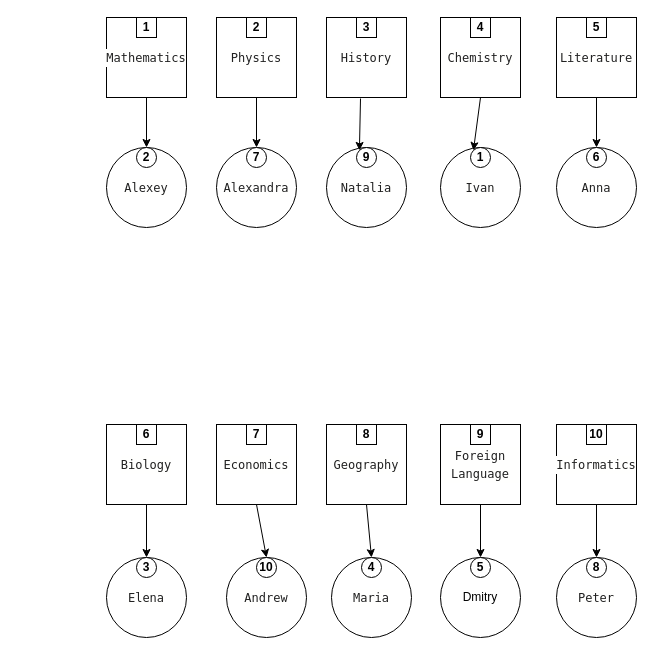
BondarevAD/graphDataBases keeps this draw.io diagram as page "Writes_off_homework" (8 of 10) of diagrams.drawio. Above is the earlier version. Source tidied: cells renumbered, new cells numbered last; positions are measured from the earlier drawing's top-left corner, leaving out a move shared by most shapes. Both pictures are drawn from the tidied source at 100%, with x=0, y=0 at pixel (106, 17).
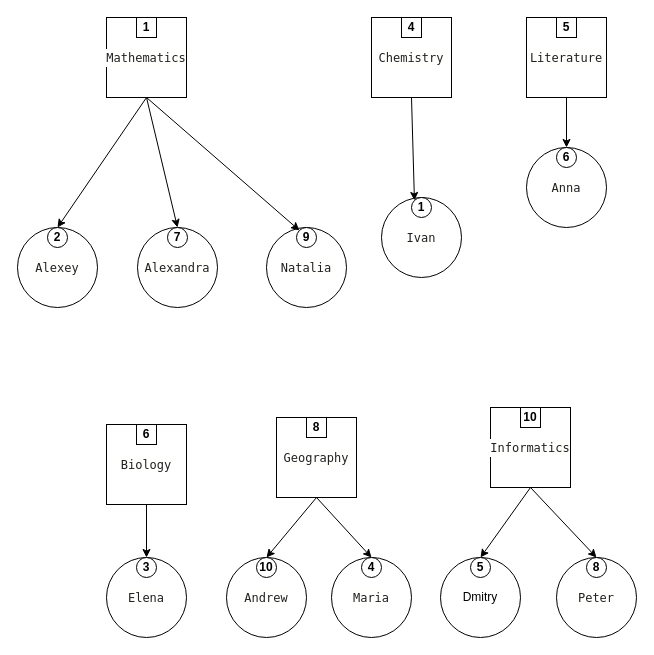
The same diagram, later.

Unchanged cells that the change refers to:
```xml
<mxCell id="2" value="&lt;div style=&quot;color: rgb(33, 33, 33); background-color: rgb(255, 255, 254); font-family: Menlo, Monaco, &amp;quot;Courier New&amp;quot;, monospace; line-height: 18px;&quot;&gt;Mathematics&lt;/div&gt;" style="whiteSpace=wrap;html=1;" parent="1" vertex="1">
  <mxGeometry width="80" height="80" as="geometry" />
</mxCell>
<mxCell id="36" value="&lt;b&gt;5&lt;/b&gt;" style="ellipse;whiteSpace=wrap;html=1;" parent="1" vertex="1">
  <mxGeometry x="364" y="540" width="20" height="20" as="geometry" />
</mxCell>
<mxCell id="41" value="&lt;b&gt;10&lt;/b&gt;" style="ellipse;whiteSpace=wrap;html=1;" parent="1" vertex="1">
  <mxGeometry x="150" y="540" width="20" height="20" as="geometry" />
</mxCell>
```

Change to the diagram source:
```diff
@@
-    <mxCell id="4" value="&lt;div style=&quot;color: rgb(33, 33, 33); background-color: rgb(255, 255, 254); font-family: Menlo, Monaco, &amp;quot;Courier New&amp;quot;, monospace; line-height: 18px;&quot;&gt;Physics&lt;/div&gt;" style="whiteSpace=wrap;html=1;" parent="1" vertex="1">
-      <mxGeometry x="110" width="80" height="80" as="geometry" />
-    </mxCell>
-    <mxCell id="5" value="&lt;b&gt;2&lt;/b&gt;" style="whiteSpace=wrap;html=1;" parent="1" vertex="1">
-      <mxGeometry x="140" width="20" height="20" as="geometry" />
-    </mxCell>
-    <mxCell id="6" value="&lt;div style=&quot;color: rgb(33, 33, 33); background-color: rgb(255, 255, 254); font-family: Menlo, Monaco, &amp;quot;Courier New&amp;quot;, monospace; line-height: 18px;&quot;&gt;History&lt;/div&gt;" style="whiteSpace=wrap;html=1;" parent="1" vertex="1">
-      <mxGeometry x="220" width="80" height="80" as="geometry" />
-    </mxCell>
     <mxCell id="7" value="&lt;div style=&quot;color: rgb(33, 33, 33); background-color: rgb(255, 255, 254); font-family: Menlo, Monaco, &amp;quot;Courier New&amp;quot;, monospace; line-height: 18px;&quot;&gt;Chemistry&lt;/div&gt;" style="whiteSpace=wrap;html=1;fontSize=12;" parent="1" vertex="1">
-      <mxGeometry x="334" width="80" height="80" as="geometry" />
+      <mxGeometry x="265" width="80" height="80" as="geometry" />
     </mxCell>
     <mxCell id="8" value="&lt;div style=&quot;color: rgb(33, 33, 33); background-color: rgb(255, 255, 254); font-family: Menlo, Monaco, &amp;quot;Courier New&amp;quot;, monospace; line-height: 18px;&quot;&gt;Literature&lt;/div&gt;" style="whiteSpace=wrap;html=1;" parent="1" vertex="1">
-      <mxGeometry x="450" width="80" height="80" as="geometry" />
+      <mxGeometry x="420" width="80" height="80" as="geometry" />
     </mxCell>
-    <mxCell id="9" value="&lt;b&gt;3&lt;/b&gt;" style="whiteSpace=wrap;html=1;" parent="1" vertex="1">
-      <mxGeometry x="250" width="20" height="20" as="geometry" />
-    </mxCell>
     <mxCell id="10" value="&lt;b&gt;4&lt;/b&gt;" style="whiteSpace=wrap;html=1;" parent="1" vertex="1">
-      <mxGeometry x="364" width="20" height="20" as="geometry" />
+      <mxGeometry x="295" width="20" height="20" as="geometry" />
     </mxCell>
     <mxCell id="11" value="&lt;b&gt;5&lt;/b&gt;" style="whiteSpace=wrap;html=1;" parent="1" vertex="1">
-      <mxGeometry x="480" width="20" height="20" as="geometry" />
+      <mxGeometry x="450" width="20" height="20" as="geometry" />
     </mxCell>
@@
-    <mxCell id="13" value="&lt;div style=&quot;color: rgb(33, 33, 33); background-color: rgb(255, 255, 254); font-family: Menlo, Monaco, &amp;quot;Courier New&amp;quot;, monospace; line-height: 18px;&quot;&gt;Economics&lt;/div&gt;" style="whiteSpace=wrap;html=1;" parent="1" vertex="1">
-      <mxGeometry x="110" y="407" width="80" height="80" as="geometry" />
-    </mxCell>
     <mxCell id="14" value="&lt;div style=&quot;color: rgb(33, 33, 33); background-color: rgb(255, 255, 254); font-family: Menlo, Monaco, &amp;quot;Courier New&amp;quot;, monospace; line-height: 18px;&quot;&gt;Geography&lt;/div&gt;" style="whiteSpace=wrap;html=1;" parent="1" vertex="1">
-      <mxGeometry x="220" y="407" width="80" height="80" as="geometry" />
+      <mxGeometry x="170" y="400" width="80" height="80" as="geometry" />
     </mxCell>
-    <mxCell id="15" value="&lt;div style=&quot;color: rgb(33, 33, 33); background-color: rgb(255, 255, 254); font-family: Menlo, Monaco, &amp;quot;Courier New&amp;quot;, monospace; line-height: 18px;&quot;&gt;Foreign Language&lt;/div&gt;" style="whiteSpace=wrap;html=1;" parent="1" vertex="1">
-      <mxGeometry x="334" y="407" width="80" height="80" as="geometry" />
-    </mxCell>
     <mxCell id="16" value="&lt;div style=&quot;color: rgb(33, 33, 33); background-color: rgb(255, 255, 254); font-family: Menlo, Monaco, &amp;quot;Courier New&amp;quot;, monospace; line-height: 18px;&quot;&gt;Informatics&lt;/div&gt;" style="whiteSpace=wrap;html=1;" parent="1" vertex="1">
-      <mxGeometry x="450" y="407" width="80" height="80" as="geometry" />
+      <mxGeometry x="384" y="390" width="80" height="80" as="geometry" />
     </mxCell>
@@
-    <mxCell id="18" value="&lt;b&gt;7&lt;/b&gt;" style="whiteSpace=wrap;html=1;" parent="1" vertex="1">
-      <mxGeometry x="140" y="407" width="20" height="20" as="geometry" />
-    </mxCell>
     <mxCell id="19" value="&lt;b&gt;8&lt;/b&gt;" style="whiteSpace=wrap;html=1;" parent="1" vertex="1">
-      <mxGeometry x="250" y="407" width="20" height="20" as="geometry" />
+      <mxGeometry x="200" y="400" width="20" height="20" as="geometry" />
     </mxCell>
-    <mxCell id="20" value="&lt;b&gt;9&lt;/b&gt;" style="whiteSpace=wrap;html=1;" parent="1" vertex="1">
-      <mxGeometry x="364" y="407" width="20" height="20" as="geometry" />
-    </mxCell>
     <mxCell id="21" value="&lt;b&gt;10&lt;/b&gt;" style="whiteSpace=wrap;html=1;" parent="1" vertex="1">
-      <mxGeometry x="480" y="407" width="20" height="20" as="geometry" />
+      <mxGeometry x="414" y="390" width="20" height="20" as="geometry" />
     </mxCell>
     <mxCell id="22" value="&lt;div style=&quot;color: rgb(33, 33, 33); background-color: rgb(255, 255, 254); font-family: Menlo, Monaco, &amp;quot;Courier New&amp;quot;, monospace; line-height: 18px;&quot;&gt;Ivan&lt;/div&gt;" style="ellipse;whiteSpace=wrap;html=1;" parent="1" vertex="1">
-      <mxGeometry x="334" y="130" width="80" height="80" as="geometry" />
+      <mxGeometry x="275" y="180" width="80" height="80" as="geometry" />
     </mxCell>
     <mxCell id="23" value="&lt;b&gt;1&lt;/b&gt;" style="ellipse;whiteSpace=wrap;html=1;" parent="1" vertex="1">
-      <mxGeometry x="364" y="130" width="20" height="20" as="geometry" />
+      <mxGeometry x="305" y="180" width="20" height="20" as="geometry" />
     </mxCell>
     <mxCell id="24" value="&lt;div style=&quot;color: rgb(33, 33, 33); background-color: rgb(255, 255, 254); font-family: Menlo, Monaco, &amp;quot;Courier New&amp;quot;, monospace; line-height: 18px;&quot;&gt;Alexey&lt;/div&gt;" style="ellipse;whiteSpace=wrap;html=1;" parent="1" vertex="1">
-      <mxGeometry y="130" width="80" height="80" as="geometry" />
+      <mxGeometry x="-89" y="210" width="80" height="80" as="geometry" />
     </mxCell>
@@
     <mxCell id="28" value="&lt;div style=&quot;color: rgb(33, 33, 33); background-color: rgb(255, 255, 254); font-family: Menlo, Monaco, &amp;quot;Courier New&amp;quot;, monospace; line-height: 18px;&quot;&gt;Anna&lt;br&gt;&lt;/div&gt;" style="ellipse;whiteSpace=wrap;html=1;" parent="1" vertex="1">
-      <mxGeometry x="450" y="130" width="80" height="80" as="geometry" />
+      <mxGeometry x="420" y="130" width="80" height="80" as="geometry" />
     </mxCell>
     <mxCell id="29" value="&lt;div style=&quot;color: rgb(33, 33, 33); background-color: rgb(255, 255, 254); font-family: Menlo, Monaco, &amp;quot;Courier New&amp;quot;, monospace; line-height: 18px;&quot;&gt;Alexandra&lt;br&gt;&lt;/div&gt;" style="ellipse;whiteSpace=wrap;html=1;" parent="1" vertex="1">
-      <mxGeometry x="110" y="130" width="80" height="80" as="geometry" />
+      <mxGeometry x="31" y="210" width="80" height="80" as="geometry" />
     </mxCell>
@@
     <mxCell id="31" value="&lt;div style=&quot;color: rgb(33, 33, 33); background-color: rgb(255, 255, 254); font-family: Menlo, Monaco, &amp;quot;Courier New&amp;quot;, monospace; line-height: 18px;&quot;&gt;&lt;div style=&quot;line-height: 18px;&quot;&gt;Natalia&lt;/div&gt;&lt;/div&gt;" style="ellipse;whiteSpace=wrap;html=1;" parent="1" vertex="1">
-      <mxGeometry x="220" y="130" width="80" height="80" as="geometry" />
+      <mxGeometry x="160" y="210" width="80" height="80" as="geometry" />
     </mxCell>
@@
     <mxCell id="33" value="&lt;b&gt;2&lt;/b&gt;" style="ellipse;whiteSpace=wrap;html=1;" parent="1" vertex="1">
-      <mxGeometry x="30" y="130" width="20" height="20" as="geometry" />
+      <mxGeometry x="-59" y="210" width="20" height="20" as="geometry" />
     </mxCell>
@@
     <mxCell id="37" value="&lt;b&gt;6&lt;/b&gt;" style="ellipse;whiteSpace=wrap;html=1;" parent="1" vertex="1">
-      <mxGeometry x="480" y="130" width="20" height="20" as="geometry" />
+      <mxGeometry x="450" y="130" width="20" height="20" as="geometry" />
     </mxCell>
     <mxCell id="38" value="&lt;b&gt;7&lt;/b&gt;" style="ellipse;whiteSpace=wrap;html=1;" parent="1" vertex="1">
-      <mxGeometry x="140" y="130" width="20" height="20" as="geometry" />
+      <mxGeometry x="61" y="210" width="20" height="20" as="geometry" />
     </mxCell>
@@
     <mxCell id="40" value="&lt;b&gt;9&lt;/b&gt;" style="ellipse;whiteSpace=wrap;html=1;" parent="1" vertex="1">
-      <mxGeometry x="250" y="130" width="20" height="20" as="geometry" />
+      <mxGeometry x="190" y="210" width="20" height="20" as="geometry" />
     </mxCell>
@@
-    <mxCell id="46" style="endArrow=classic;html=1;rounded=0;exitX=0.425;exitY=1.013;exitDx=0;exitDy=0;entryX=0;entryY=0;entryDx=0;entryDy=0;exitPerimeter=0;" parent="1" edge="1" source="6" target="40">
+    <mxCell id="46" style="endArrow=classic;html=1;rounded=0;entryX=0;entryY=0;entryDx=0;entryDy=0;exitX=0.5;exitY=1;exitDx=0;exitDy=0;" parent="1" edge="1" source="2" target="40">
       <mxGeometry relative="1" as="geometry" />
     </mxCell>
-    <mxCell id="47" style="endArrow=classic;html=1;rounded=0;exitX=0.5;exitY=1;exitDx=0;exitDy=0;entryX=0.5;entryY=0;entryDx=0;entryDy=0;" parent="1" edge="1" source="4" target="38">
+    <mxCell id="47" style="endArrow=classic;html=1;rounded=0;exitX=0.5;exitY=1;exitDx=0;exitDy=0;entryX=0.5;entryY=0;entryDx=0;entryDy=0;" parent="1" edge="1" source="2" target="38">
       <mxGeometry relative="1" as="geometry" />
     </mxCell>
-    <mxCell id="48" style="endArrow=classic;html=1;rounded=0;exitX=0.5;exitY=1;exitDx=0;exitDy=0;entryX=0.5;entryY=0;entryDx=0;entryDy=0;" parent="1" edge="1" source="13" target="41">
+    <mxCell id="48" style="endArrow=classic;html=1;rounded=0;exitX=0.5;exitY=1;exitDx=0;exitDy=0;entryX=0.5;entryY=0;entryDx=0;entryDy=0;" parent="1" edge="1" source="14" target="41">
       <mxGeometry relative="1" as="geometry" />
     </mxCell>
@@
-    <mxCell id="50" style="endArrow=classic;html=1;rounded=0;exitX=0.5;exitY=1;exitDx=0;exitDy=0;entryX=0.5;entryY=0;entryDx=0;entryDy=0;" parent="1" edge="1" source="15" target="36">
+    <mxCell id="50" style="endArrow=classic;html=1;rounded=0;entryX=0.5;entryY=0;entryDx=0;entryDy=0;exitX=0.5;exitY=1;exitDx=0;exitDy=0;" parent="1" edge="1" source="16" target="36">
       <mxGeometry relative="1" as="geometry" />
     </mxCell>
```
